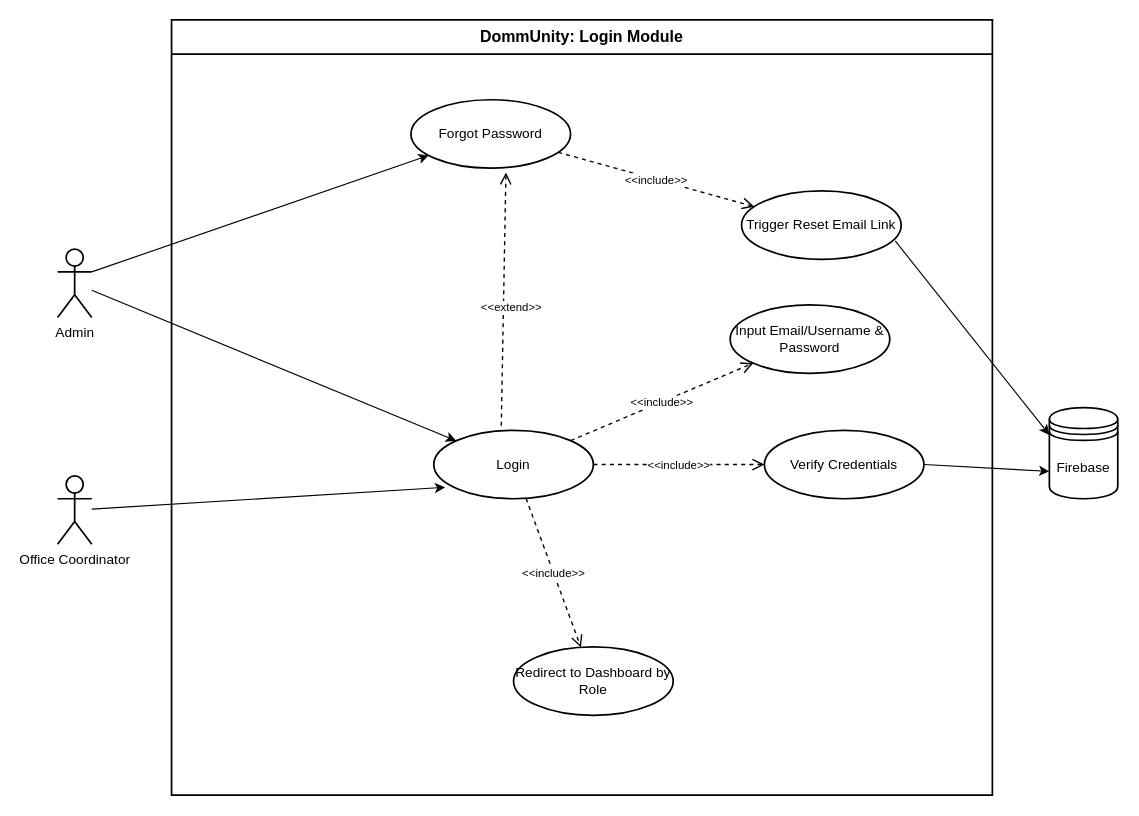
The draw.io diagram drawio/usecase_login.drawio in BenidictJustin/DESKTOP-APP, before the edit. Source tidied: cells renumbered, new cells numbered last; positions are measured from the earlier drawing's top-left corner, leaving out a move shared by most shapes. Both pictures are drawn from the tidied source at 114%, with x=0, y=0 at pixel (57, 19).
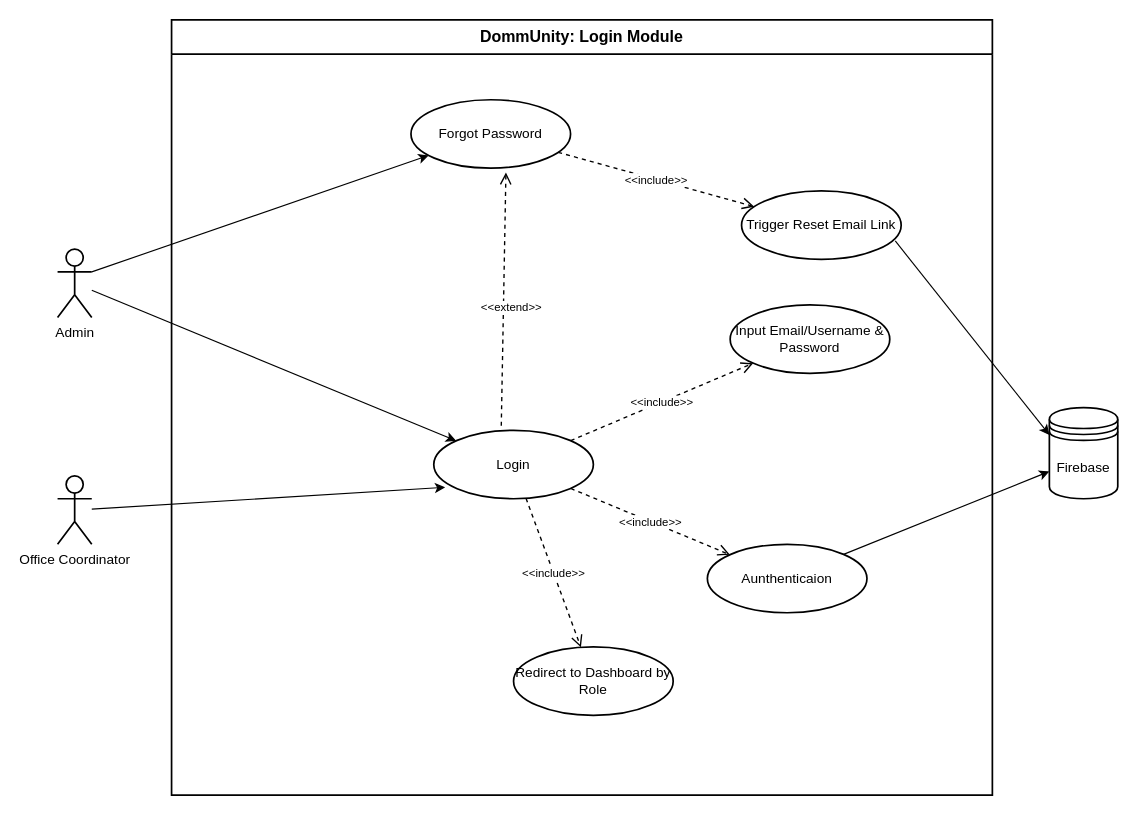
The same page after the edit.

The change refers to these unchanged cells:
```xml
<mxCell id="2" value="DommUnity: Login Module" style="swimlane;html=1;startSize=30;dashed=0;strokeWidth=1.5;strokeColor=#000000;fillColor=none;align=center;verticalAlign=top;html=1;whiteSpace=wrap;fontStyle=1;fontSize=14;" parent="1" vertex="1">
  <mxGeometry x="100" width="720" height="680" as="geometry" />
</mxCell>
<mxCell id="16" value="Firebase" style="shape=datastore;whiteSpace=wrap;html=1;strokeWidth=1.5;strokeColor=#000000;fillColor=none;fontSize=12;" parent="1" vertex="1">
  <mxGeometry x="870" y="340" width="60" height="80" as="geometry" />
</mxCell>
```

Change to the diagram source:
```diff
@@
-    <mxCell id="8" value="Verify Credentials" style="ellipse;whiteSpace=wrap;html=1;strokeWidth=1.5;strokeColor=#000000;fillColor=none;fontSize=12;" parent="2" vertex="1">
-      <mxGeometry x="520" y="360" width="140" height="60" as="geometry" />
+    <mxCell id="8" value="Aunthenticaion" style="ellipse;whiteSpace=wrap;html=1;strokeWidth=1.5;strokeColor=#000000;fillColor=none;fontSize=12;" parent="2" vertex="1">
+      <mxGeometry x="470" y="460" width="140" height="60" as="geometry" />
     </mxCell>
@@
-    <mxCell id="21" style="endArrow=classic;html=1;entryX=0;entryY=0.7;entryDx=0;entryDy=0;exitX=1;exitY=0.5;exitDx=0;exitDy=0;" parent="1" edge="1" source="8" target="16">
+    <mxCell id="21" style="endArrow=classic;html=1;entryX=0;entryY=0.7;entryDx=0;entryDy=0;exitX=1;exitY=0;exitDx=0;exitDy=0;" parent="1" edge="1" source="8" target="16">
       <mxGeometry relative="1" as="geometry" />
     </mxCell>
```
